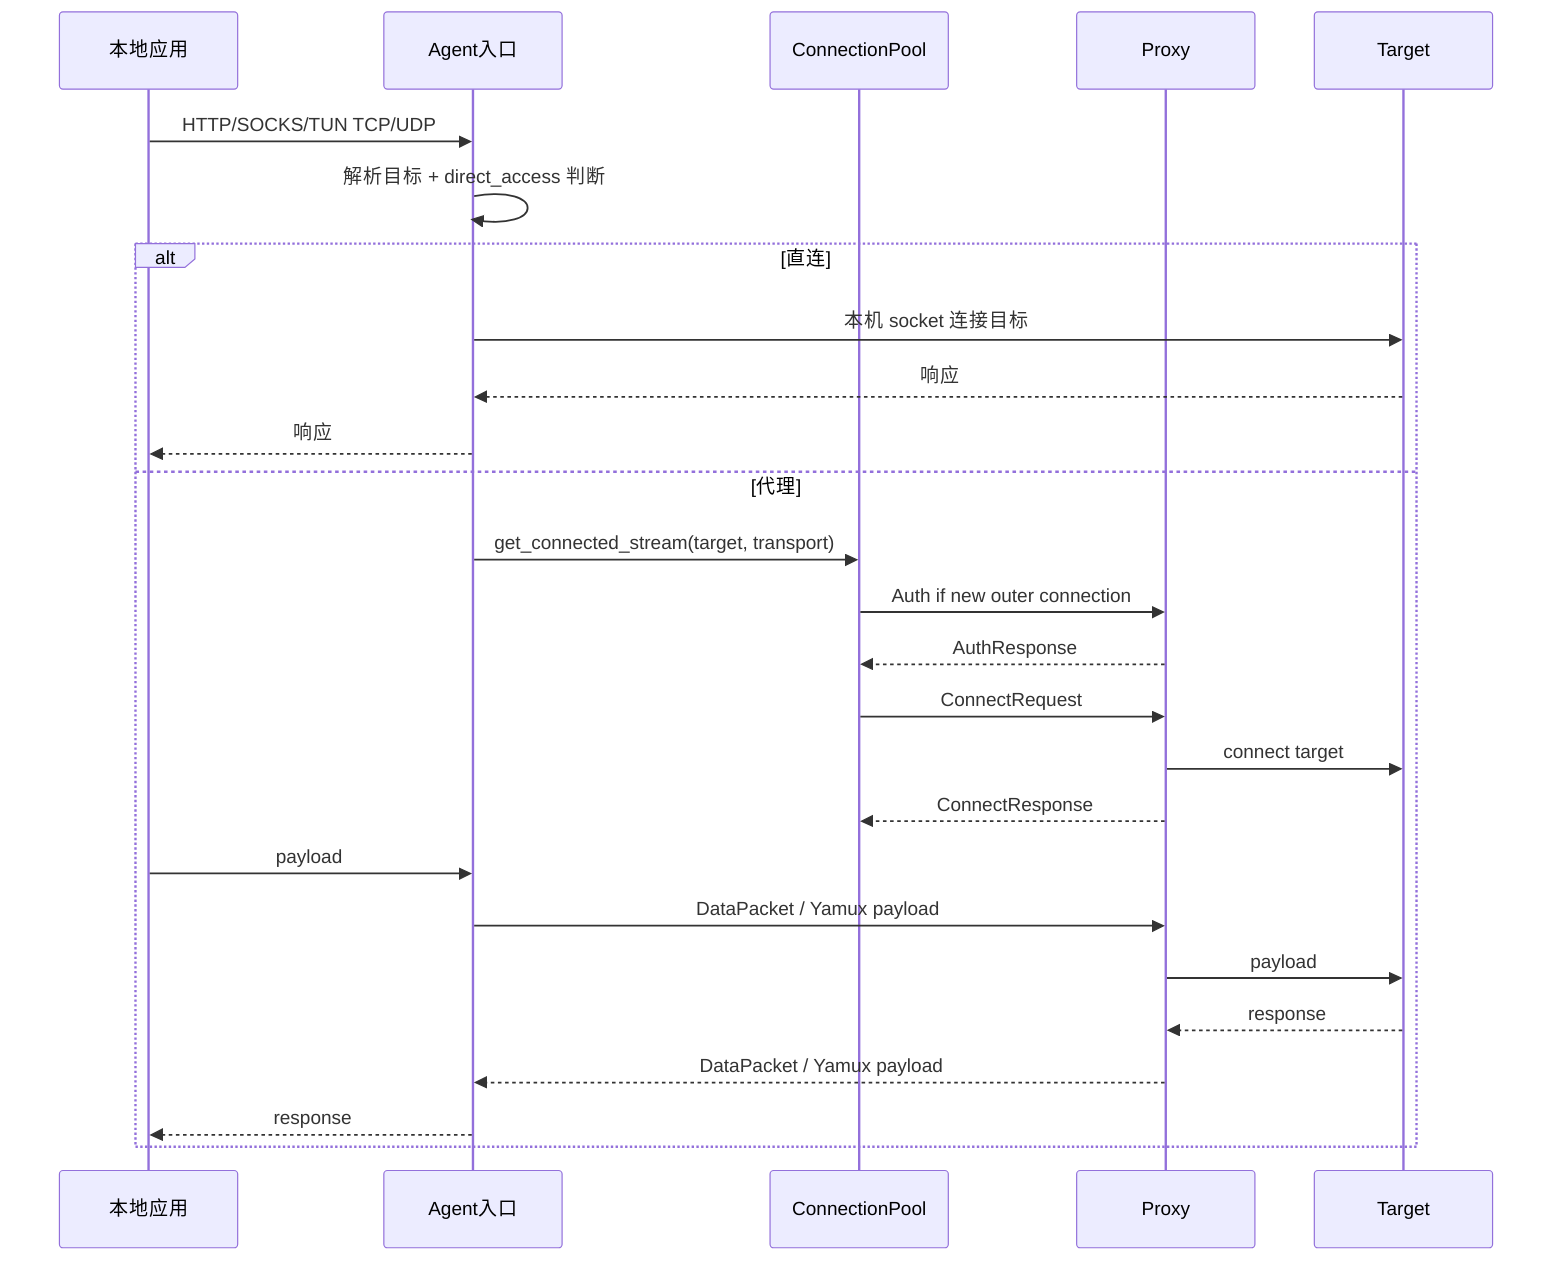
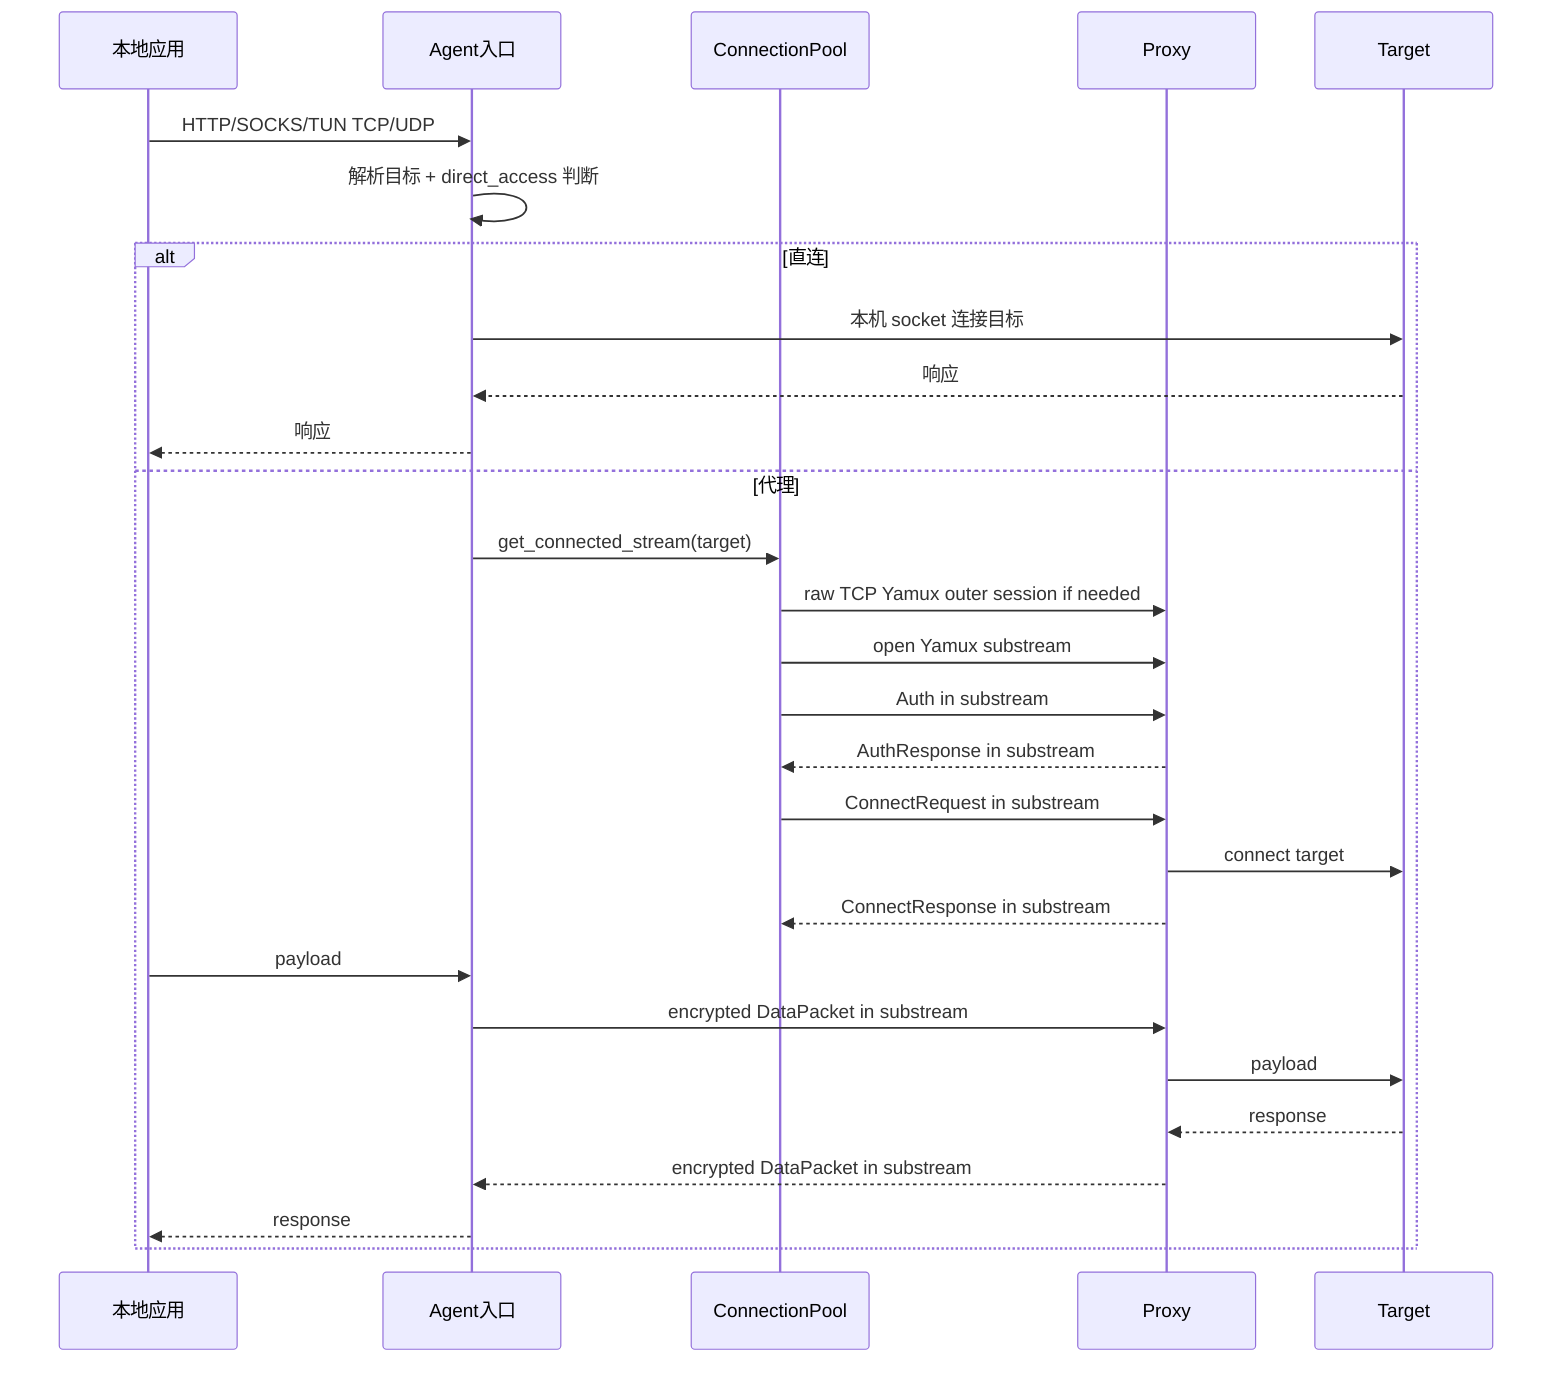
sequenceDiagram
    participant App as 本地应用
    participant Agent as Agent入口
    participant Pool as ConnectionPool
    participant Proxy as Proxy
    participant Target as Target

    App->>Agent: HTTP/SOCKS/TUN TCP/UDP
    Agent->>Agent: 解析目标 + direct_access 判断
    alt 直连
        Agent->>Target: 本机 socket 连接目标
        Target-->>Agent: 响应
        Agent-->>App: 响应
    else 代理
-         Agent->>Pool: get_connected_stream(target, transport)
-         Pool->>Proxy: Auth if new outer connection
-         Proxy-->>Pool: AuthResponse
-         Pool->>Proxy: ConnectRequest
+         Agent->>Pool: get_connected_stream(target)
+         Pool->>Proxy: raw TCP Yamux outer session if needed
+         Pool->>Proxy: open Yamux substream
+         Pool->>Proxy: Auth in substream
+         Proxy-->>Pool: AuthResponse in substream
+         Pool->>Proxy: ConnectRequest in substream
        Proxy->>Target: connect target
-         Proxy-->>Pool: ConnectResponse
+         Proxy-->>Pool: ConnectResponse in substream
        App->>Agent: payload
-         Agent->>Proxy: DataPacket / Yamux payload
+         Agent->>Proxy: encrypted DataPacket in substream
        Proxy->>Target: payload
        Target-->>Proxy: response
-         Proxy-->>Agent: DataPacket / Yamux payload
+         Proxy-->>Agent: encrypted DataPacket in substream
        Agent-->>App: response
    end
